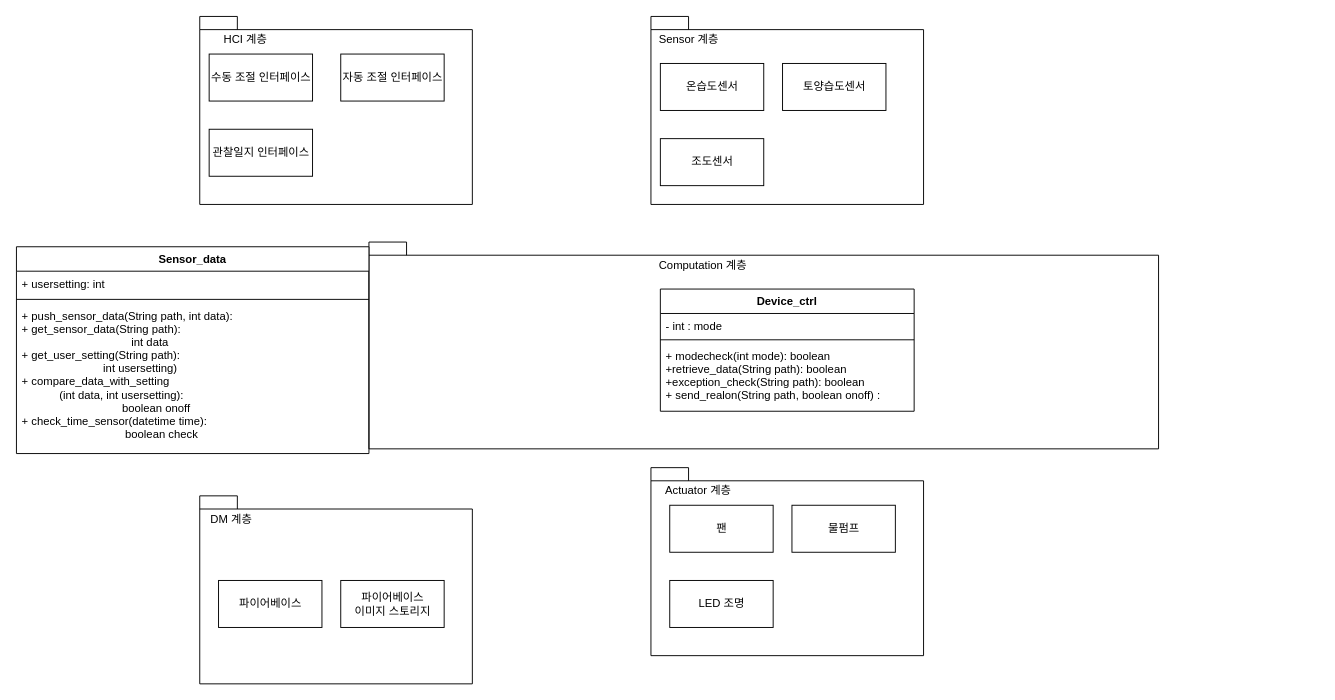
sonmyungwon/Software-Development keeps this draw.io diagram as 구조설계/계층아키텍처.drawio. Above is the earlier version. Source tidied: cells renumbered, new cells numbered last; positions are measured from the earlier drawing's top-left corner, leaving out a move shared by most shapes. Both pictures are drawn from the tidied source at 94%, with x=0, y=0 at pixel (16, 16).
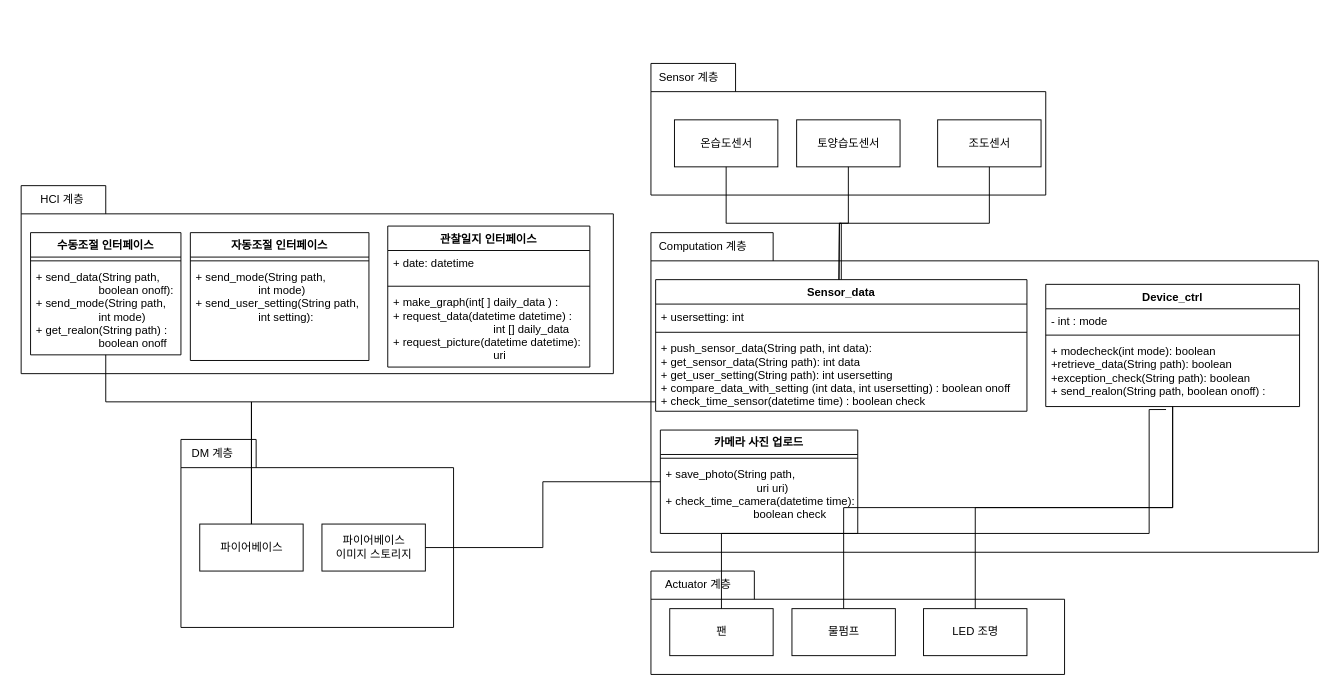
The same page after the edit.

Commit message (it also covers changes not shown here):
계층아키텍처.drawio 업데이트

The change refers to these unchanged cells:
```xml
<mxCell id="26" value="+ modecheck(int mode): boolean&#10;+retrieve_data(String path): boolean&#10;+exception_check(String path): boolean&#10;+ send_realon(String path, boolean onoff) :" style="text;strokeColor=none;fillColor=none;align=left;verticalAlign=top;spacingLeft=4;spacingRight=4;overflow=hidden;points=[[0,0.5],[1,0.5]];portConstraint=eastwest;" parent="23" vertex="1">
  <mxGeometry y="58" width="270" height="72" as="geometry" />
</mxCell>
```

The edit, as a diff of the source:
```diff
@@
+    <mxCell id="31" style="group;" parent="1" vertex="1">
+      <mxGeometry x="5" y="180" width="630" height="200" as="geometry" />
+    </mxCell>
-    <mxCell id="2" style="shape=folder;fontStyle=1;spacingTop=10;tabWidth=40;tabHeight=14;tabPosition=left;html=1;" parent="1" vertex="1">
-      <mxGeometry x="195" width="290" height="200" as="geometry" />
+    <mxCell id="2" style="shape=folder;fontStyle=1;spacingTop=10;tabWidth=90;tabHeight=30;tabPosition=left;html=1;" parent="31" vertex="1">
+      <mxGeometry width="630" height="200" as="geometry" />
     </mxCell>
-    <mxCell id="3" style="shape=folder;fontStyle=1;spacingTop=10;tabWidth=40;tabHeight=14;tabPosition=left;html=1;" parent="1" vertex="1">
-      <mxGeometry x="675" y="480" width="290" height="200" as="geometry" />
-    </mxCell>
+    <mxCell id="19" value="HCI 계층&amp;nbsp;" style="text;html=1;align=center;verticalAlign=middle;strokeColor=none;fillColor=none;" parent="31" vertex="1">
+      <mxGeometry x="10" width="70" height="30" as="geometry" />
+    </mxCell>
+    <mxCell id="32" value="수동조절 인터페이스" style="swimlane;fontStyle=1;align=center;verticalAlign=top;horizontal=1;startSize=26;" parent="31" vertex="1">
+      <mxGeometry x="10" y="50" width="160" height="130" as="geometry" />
+    </mxCell>
+    <mxCell id="33" style="line;strokeWidth=1;fillColor=none;align=left;verticalAlign=middle;spacingTop=-1;spacingLeft=3;spacingRight=3;labelPosition=right;strokeColor=inherit;" parent="32" vertex="1">
+      <mxGeometry y="26" width="160" height="8" as="geometry" />
+    </mxCell>
+    <mxCell id="34" value="+ send_data(String path, &#10;                    boolean onoff):&#10;+ send_mode(String path,&#10;                    int mode)&#10;+ get_realon(String path) :&#10;                    boolean onoff" style="text;strokeColor=none;fillColor=none;align=left;verticalAlign=top;spacingLeft=4;spacingRight=4;overflow=hidden;points=[[0,0.5],[1,0.5]];portConstraint=eastwest;" parent="32" vertex="1">
+      <mxGeometry y="34" width="160" height="96" as="geometry" />
+    </mxCell>
+    <mxCell id="35" value="자동조절 인터페이스" style="swimlane;fontStyle=1;align=center;verticalAlign=top;horizontal=1;startSize=26;" parent="31" vertex="1">
+      <mxGeometry x="180" y="50" width="190" height="136" as="geometry" />
+    </mxCell>
+    <mxCell id="36" style="line;strokeWidth=1;fillColor=none;align=left;verticalAlign=middle;spacingTop=-1;spacingLeft=3;spacingRight=3;labelPosition=right;strokeColor=inherit;" parent="35" vertex="1">
+      <mxGeometry y="26" width="190" height="8" as="geometry" />
+    </mxCell>
+    <mxCell id="37" value="+ send_mode(String path,&#10;                    int mode)&#10;+ send_user_setting(String path,&#10;                    int setting):" style="text;strokeColor=none;fillColor=none;align=left;verticalAlign=top;spacingLeft=4;spacingRight=4;overflow=hidden;" parent="35" vertex="1">
+      <mxGeometry y="34" width="190" height="102" as="geometry" />
+    </mxCell>
+    <mxCell id="16" value="관찰일지 인터페이스" style="swimlane;fontStyle=1;align=center;verticalAlign=top;horizontal=1;startSize=26;" parent="31" vertex="1">
+      <mxGeometry x="390" y="43" width="215" height="150" as="geometry" />
+    </mxCell>
+    <mxCell id="38" value="+ date: datetime&#10;" style="text;strokeColor=none;fillColor=none;align=left;verticalAlign=top;spacingLeft=4;spacingRight=4;overflow=hidden;" parent="16" vertex="1">
+      <mxGeometry y="26" width="215" height="34" as="geometry" />
+    </mxCell>
+    <mxCell id="39" style="line;strokeWidth=1;fillColor=none;align=left;verticalAlign=middle;spacingTop=-1;spacingLeft=3;spacingRight=3;labelPosition=right;strokeColor=inherit;" parent="16" vertex="1">
+      <mxGeometry y="60" width="215" height="8" as="geometry" />
+    </mxCell>
+    <mxCell id="40" value="+ make_graph(int[ ] daily_data ) :&#10;+ request_data(datetime datetime) : &#10;                                int [] daily_data&#10;+ request_picture(datetime datetime):&#10;                                uri" style="text;strokeColor=none;fillColor=none;align=left;verticalAlign=top;spacingLeft=4;spacingRight=4;overflow=hidden;" parent="16" vertex="1">
+      <mxGeometry y="68" width="215" height="82" as="geometry" />
+    </mxCell>
+    <mxCell id="41" style="group;" parent="1" vertex="1">
+      <mxGeometry x="175" y="450" width="290" height="200" as="geometry" />
+    </mxCell>
+    <mxCell id="6" style="shape=folder;fontStyle=1;spacingTop=10;tabWidth=80;tabHeight=30;tabPosition=left;html=1;" parent="41" vertex="1">
+      <mxGeometry width="290" height="200" as="geometry" />
+    </mxCell>
+    <mxCell id="20" value="DM 계층&amp;nbsp;" style="text;html=1;align=center;verticalAlign=middle;strokeColor=none;fillColor=none;" parent="41" vertex="1">
+      <mxGeometry width="70" height="30" as="geometry" />
+    </mxCell>
+    <mxCell id="21" value="파이어베이스" style="html=1;" parent="41" vertex="1">
+      <mxGeometry x="20" y="90" width="110" height="50" as="geometry" />
+    </mxCell>
+    <mxCell id="22" value="파이어베이스 &lt;br&gt;이미지 스토리지" style="html=1;" parent="41" vertex="1">
+      <mxGeometry x="150" y="90" width="110" height="50" as="geometry" />
+    </mxCell>
+    <mxCell id="42" style="group;" parent="1" vertex="1">
+      <mxGeometry x="665" y="50" width="430" height="140" as="geometry" />
+    </mxCell>
-    <mxCell id="4" style="shape=folder;fontStyle=1;spacingTop=10;tabWidth=40;tabHeight=14;tabPosition=left;html=1;" parent="1" vertex="1">
-      <mxGeometry x="675" width="290" height="200" as="geometry" />
+    <mxCell id="4" style="shape=folder;fontStyle=1;spacingTop=10;tabWidth=90;tabHeight=30;tabPosition=left;html=1;" parent="42" vertex="1">
+      <mxGeometry x="10" width="420" height="140" as="geometry" />
     </mxCell>
-    <mxCell id="5" style="shape=folder;fontStyle=1;spacingTop=10;tabWidth=40;tabHeight=14;tabPosition=left;html=1;" parent="1" vertex="1">
-      <mxGeometry x="375" y="240" width="840" height="220" as="geometry" />
-    </mxCell>
-    <mxCell id="6" style="shape=folder;fontStyle=1;spacingTop=10;tabWidth=40;tabHeight=14;tabPosition=left;html=1;" parent="1" vertex="1">
-      <mxGeometry x="195" y="510" width="290" height="200" as="geometry" />
-    </mxCell>
-    <mxCell id="7" value="온습도센서" style="html=1;" parent="1" vertex="1">
-      <mxGeometry x="685" y="50" width="110" height="50" as="geometry" />
+    <mxCell id="7" value="온습도센서" style="html=1;" parent="42" vertex="1">
+      <mxGeometry x="35" y="60" width="110" height="50" as="geometry" />
     </mxCell>
-    <mxCell id="8" value="&amp;nbsp;Sensor 계층&amp;nbsp;" style="text;html=1;align=center;verticalAlign=middle;strokeColor=none;fillColor=none;" parent="1" vertex="1">
-      <mxGeometry x="665" y="10" width="100" height="30" as="geometry" />
+    <mxCell id="8" value="&amp;nbsp;Sensor 계층&amp;nbsp;" style="text;html=1;align=center;verticalAlign=middle;strokeColor=none;fillColor=none;" parent="42" vertex="1">
+      <mxGeometry width="100" height="30" as="geometry" />
     </mxCell>
-    <mxCell id="9" value="토양습도센서" style="html=1;" parent="1" vertex="1">
-      <mxGeometry x="815" y="50" width="110" height="50" as="geometry" />
+    <mxCell id="9" value="토양습도센서" style="html=1;" parent="42" vertex="1">
+      <mxGeometry x="165" y="60" width="110" height="50" as="geometry" />
     </mxCell>
-    <mxCell id="10" value="조도센서" style="html=1;" parent="1" vertex="1">
-      <mxGeometry x="685" y="130" width="110" height="50" as="geometry" />
+    <mxCell id="10" value="조도센서" style="html=1;" parent="42" vertex="1">
+      <mxGeometry x="315" y="60" width="110" height="50" as="geometry" />
     </mxCell>
+    <mxCell id="43" style="group;" parent="1" vertex="1">
+      <mxGeometry x="675" y="590" width="440" height="110" as="geometry" />
+    </mxCell>
+    <mxCell id="3" style="shape=folder;fontStyle=1;spacingTop=10;tabWidth=110;tabHeight=30;tabPosition=left;html=1;" parent="43" vertex="1">
+      <mxGeometry width="440" height="110" as="geometry" />
+    </mxCell>
-    <mxCell id="11" value="팬" style="html=1;" parent="1" vertex="1">
-      <mxGeometry x="695" y="520" width="110" height="50" as="geometry" />
+    <mxCell id="11" value="팬" style="html=1;" parent="43" vertex="1">
+      <mxGeometry x="20" y="40" width="110" height="50" as="geometry" />
     </mxCell>
-    <mxCell id="12" value="물펌프" style="html=1;" parent="1" vertex="1">
-      <mxGeometry x="825" y="520" width="110" height="50" as="geometry" />
+    <mxCell id="12" value="물펌프" style="html=1;" parent="43" vertex="1">
+      <mxGeometry x="150" y="40" width="110" height="50" as="geometry" />
     </mxCell>
-    <mxCell id="13" value="LED 조명" style="html=1;" parent="1" vertex="1">
-      <mxGeometry x="695" y="600" width="110" height="50" as="geometry" />
+    <mxCell id="13" value="LED 조명" style="html=1;" parent="43" vertex="1">
+      <mxGeometry x="290" y="40" width="110" height="50" as="geometry" />
     </mxCell>
-    <mxCell id="14" value="수동 조절 인터페이스" style="html=1;" parent="1" vertex="1">
-      <mxGeometry x="205" y="40" width="110" height="50" as="geometry" />
-    </mxCell>
-    <mxCell id="15" value="자동 조절 인터페이스" style="html=1;" parent="1" vertex="1">
-      <mxGeometry x="345" y="40" width="110" height="50" as="geometry" />
-    </mxCell>
-    <mxCell id="16" value="관찰일지 인터페이스" style="html=1;" parent="1" vertex="1">
-      <mxGeometry x="205" y="120" width="110" height="50" as="geometry" />
-    </mxCell>
-    <mxCell id="17" value="&amp;nbsp;Computation&amp;nbsp;&lt;span style=&quot;color: rgba(0, 0, 0, 0); font-family: monospace; font-size: 0px; text-align: start;&quot;&gt;CmxGraphModel%3E%3Croot%3E%3CmxCell%20id%3D%220%22%2F%3E%3CmxCell%20id%3D%221%22%20parent%3D%220%22%2F%3E%3CmxCell%20id%3D%222%22%20value%3D%22%26amp%3Bnbsp%3B%EC%84%BC%EC%84%9C%20%EA%B3%84%EC%B8%B5%26amp%3Bnbsp%3B%22%20style%3D%22text%3Bhtml%3D1%3Balign%3Dcenter%3BverticalAlign%3Dmiddle%3Bresizable%3D0%3Bpoints%3D%5B%5D%3Bautosize%3D1%3BstrokeColor%3Dnone%3BfillColor%3Dnone%3B%22%20vertex%3D%221%22%20parent%3D%221%22%3E%3CmxGeometry%20x%3D%22730%22%20y%3D%2260%22%20width%3D%2280%22%20height%3D%2230%22%20as%3D%22geometry%22%2F%3E%3C%2FmxCell%3E%3C%2Froot%3E%3C%2FmxGraphModel%3E&amp;nbsp;&lt;/span&gt;계층&amp;nbsp;" style="text;html=1;align=center;verticalAlign=middle;strokeColor=none;fillColor=none;" parent="1" vertex="1">
-      <mxGeometry x="665" y="250" width="130" height="30" as="geometry" />
-    </mxCell>
-    <mxCell id="18" value="&amp;nbsp;Actuator&amp;nbsp;&lt;span style=&quot;color: rgba(0, 0, 0, 0); font-family: monospace; font-size: 0px; text-align: start;&quot;&gt;3CmxGraphModel%3E%3Croot%3E%3CmxCell%20id%3D%220%22%2F%3E%3CmxCell%20id%3D%221%22%20parent%3D%220%22%2F%3E%3CmxCell%20id%3D%222%22%20value%3D%22%26amp%3Bnbsp%3B%EC%84%BC%EC%84%9C%20%EA%B3%84%EC%B8%B5%26amp%3Bnbsp%3B%22%20style%3D%22text%3Bhtml%3D1%3Balign%3Dcenter%3BverticalAlign%3Dmiddle%3Bresizable%3D0%3Bpoints%3D%5B%5D%3Bautosize%3D1%3BstrokeColor%3Dnone%3BfillColor%3Dnone%3B%22%20vertex%3D%221%22%20parent%3D%221%22%3E%3CmxGeometry%20x%3D%22730%22%20y%3D%2260%22%20width%3D%2280%22%20height%3D%2230%22%20as%3D%22geometry%22%2F%3E%3C%2FmxCell%3E%3C%2Froot%3E%3C%2FmxGraphModel%3E&amp;nbsp;&amp;nbsp;&lt;/span&gt;계층&amp;nbsp;" style="text;html=1;align=center;verticalAlign=middle;strokeColor=none;fillColor=none;" parent="1" vertex="1">
-      <mxGeometry x="675" y="490" width="100" height="30" as="geometry" />
+    <mxCell id="18" value="&amp;nbsp;Actuator&amp;nbsp;&lt;span style=&quot;color: rgba(0, 0, 0, 0); font-family: monospace; font-size: 0px; text-align: start;&quot;&gt;3CmxGraphModel%3E%3Croot%3E%3CmxCell%20id%3D%220%22%2F%3E%3CmxCell%20id%3D%221%22%20parent%3D%220%22%2F%3E%3CmxCell%20id%3D%222%22%20value%3D%22%26amp%3Bnbsp%3B%EC%84%BC%EC%84%9C%20%EA%B3%84%EC%B8%B5%26amp%3Bnbsp%3B%22%20style%3D%22text%3Bhtml%3D1%3Balign%3Dcenter%3BverticalAlign%3Dmiddle%3Bresizable%3D0%3Bpoints%3D%5B%5D%3Bautosize%3D1%3BstrokeColor%3Dnone%3BfillColor%3Dnone%3B%22%20vertex%3D%221%22%20parent%3D%221%22%3E%3CmxGeometry%20x%3D%22730%22%20y%3D%2260%22%20width%3D%2280%22%20height%3D%2230%22%20as%3D%22geometry%22%2F%3E%3C%2FmxCell%3E%3C%2Froot%3E%3C%2FmxGraphModel%3E&amp;nbsp;&amp;nbsp;&lt;/span&gt;계층&amp;nbsp;" style="text;html=1;align=center;verticalAlign=middle;strokeColor=none;fillColor=none;" parent="43" vertex="1">
+      <mxGeometry width="100" height="30" as="geometry" />
     </mxCell>
-    <mxCell id="19" value="HCI 계층&amp;nbsp;" style="text;html=1;align=center;verticalAlign=middle;strokeColor=none;fillColor=none;" parent="1" vertex="1">
-      <mxGeometry x="210" y="10" width="70" height="30" as="geometry" />
-    </mxCell>
-    <mxCell id="20" value="DM 계층&amp;nbsp;" style="text;html=1;align=center;verticalAlign=middle;strokeColor=none;fillColor=none;" parent="1" vertex="1">
-      <mxGeometry x="195" y="520" width="70" height="30" as="geometry" />
-    </mxCell>
-    <mxCell id="21" value="파이어베이스" style="html=1;" parent="1" vertex="1">
-      <mxGeometry x="215" y="600" width="110" height="50" as="geometry" />
-    </mxCell>
-    <mxCell id="22" value="파이어베이스 &lt;br&gt;이미지 스토리지" style="html=1;" parent="1" vertex="1">
-      <mxGeometry x="345" y="600" width="110" height="50" as="geometry" />
-    </mxCell>
+    <mxCell id="44" style="group;" parent="1" vertex="1">
+      <mxGeometry x="665" y="230" width="720" height="340" as="geometry" />
+    </mxCell>
+    <mxCell id="5" style="shape=folder;fontStyle=1;spacingTop=10;tabWidth=130;tabHeight=30;tabPosition=left;html=1;" parent="44" vertex="1">
+      <mxGeometry x="10" width="710" height="340" as="geometry" />
+    </mxCell>
-    <mxCell id="23" value="Device_ctrl" style="swimlane;fontStyle=1;align=center;verticalAlign=top;horizontal=1;startSize=26;" parent="1" vertex="1">
-      <mxGeometry x="685" y="290" width="270" height="130" as="geometry" />
+    <mxCell id="23" value="Device_ctrl" style="swimlane;fontStyle=1;align=center;verticalAlign=top;horizontal=1;startSize=26;" parent="44" vertex="1">
+      <mxGeometry x="430" y="55" width="270" height="130" as="geometry" />
     </mxCell>
@@
-    <mxCell id="27" value="Sensor_data" style="swimlane;fontStyle=1;align=center;verticalAlign=top;horizontal=1;startSize=26;" parent="1" vertex="1">
-      <mxGeometry y="245" width="375" height="220" as="geometry" />
+    <mxCell id="27" value="Sensor_data" style="swimlane;fontStyle=1;align=center;verticalAlign=top;horizontal=1;startSize=26;" parent="44" vertex="1">
+      <mxGeometry x="15" y="50" width="395" height="140" as="geometry" />
     </mxCell>
     <mxCell id="28" value="+ usersetting: int" style="text;strokeColor=none;fillColor=none;align=left;verticalAlign=top;spacingLeft=4;spacingRight=4;overflow=hidden;" parent="27" vertex="1">
-      <mxGeometry y="26" width="375" height="26" as="geometry" />
+      <mxGeometry y="26" width="395" height="26" as="geometry" />
     </mxCell>
     <mxCell id="29" style="line;strokeWidth=1;fillColor=none;align=left;verticalAlign=middle;spacingTop=-1;spacingLeft=3;spacingRight=3;labelPosition=right;strokeColor=inherit;" parent="27" vertex="1">
-      <mxGeometry y="52" width="375" height="8" as="geometry" />
+      <mxGeometry y="52" width="395" height="8" as="geometry" />
     </mxCell>
-    <mxCell id="30" value="+ push_sensor_data(String path, int data):&#10;+ get_sensor_data(String path):&#10;                                   int data&#10;+ get_user_setting(String path):&#10;                          int usersetting)&#10;+ compare_data_with_setting&#10;            (int data, int usersetting):&#10;                                boolean onoff&#10;+ check_time_sensor(datetime time):&#10;                                 boolean check" style="text;strokeColor=none;fillColor=none;align=left;verticalAlign=top;spacingLeft=4;spacingRight=4;overflow=hidden;points=[[0,0.5],[1,0.5]];portConstraint=eastwest;" parent="27" vertex="1">
-      <mxGeometry y="60" width="375" height="160" as="geometry" />
+    <mxCell id="30" value="+ push_sensor_data(String path, int data):&#10;+ get_sensor_data(String path): int data&#10;+ get_user_setting(String path): int usersetting&#10;+ compare_data_with_setting (int data, int usersetting) : boolean onoff&#10;+ check_time_sensor(datetime time) : boolean check" style="text;strokeColor=none;fillColor=none;align=left;verticalAlign=top;spacingLeft=4;spacingRight=4;overflow=hidden;points=[[0,0.5],[1,0.5]];portConstraint=eastwest;" parent="27" vertex="1">
+      <mxGeometry y="60" width="395" height="80" as="geometry" />
     </mxCell>
+    <mxCell id="45" value="카메라 사진 업로드" style="swimlane;fontStyle=1;align=center;verticalAlign=top;horizontal=1;startSize=26;" parent="44" vertex="1">
+      <mxGeometry x="20" y="210" width="210" height="110" as="geometry" />
+    </mxCell>
+    <mxCell id="46" style="line;strokeWidth=1;fillColor=none;align=left;verticalAlign=middle;spacingTop=-1;spacingLeft=3;spacingRight=3;labelPosition=right;strokeColor=inherit;" parent="45" vertex="1">
+      <mxGeometry y="26" width="210" height="8" as="geometry" />
+    </mxCell>
+    <mxCell id="47" value="+ save_photo(String path,&#10;                             uri uri)&#10;+ check_time_camera(datetime time):&#10;                            boolean check" style="text;strokeColor=none;fillColor=none;align=left;verticalAlign=top;spacingLeft=4;spacingRight=4;overflow=hidden;" parent="45" vertex="1">
+      <mxGeometry y="34" width="210" height="76" as="geometry" />
+    </mxCell>
+    <mxCell id="17" value="&amp;nbsp;Computation&amp;nbsp;&lt;span style=&quot;color: rgba(0, 0, 0, 0); font-family: monospace; font-size: 0px; text-align: start;&quot;&gt;CmxGraphModel%3E%3Croot%3E%3CmxCell%20id%3D%220%22%2F%3E%3CmxCell%20id%3D%221%22%20parent%3D%220%22%2F%3E%3CmxCell%20id%3D%222%22%20value%3D%22%26amp%3Bnbsp%3B%EC%84%BC%EC%84%9C%20%EA%B3%84%EC%B8%B5%26amp%3Bnbsp%3B%22%20style%3D%22text%3Bhtml%3D1%3Balign%3Dcenter%3BverticalAlign%3Dmiddle%3Bresizable%3D0%3Bpoints%3D%5B%5D%3Bautosize%3D1%3BstrokeColor%3Dnone%3BfillColor%3Dnone%3B%22%20vertex%3D%221%22%20parent%3D%221%22%3E%3CmxGeometry%20x%3D%22730%22%20y%3D%2260%22%20width%3D%2280%22%20height%3D%2230%22%20as%3D%22geometry%22%2F%3E%3C%2FmxCell%3E%3C%2Froot%3E%3C%2FmxGraphModel%3E&amp;nbsp;&lt;/span&gt;계층&amp;nbsp;" style="text;html=1;align=center;verticalAlign=middle;strokeColor=none;fillColor=none;" parent="44" vertex="1">
+      <mxGeometry width="130" height="30" as="geometry" />
+    </mxCell>
+    <mxCell id="48" style="edgeStyle=orthogonalEdgeStyle;rounded=0;jettySize=auto;html=1;exitX=0.5;exitY=1;exitDx=0;exitDy=0;entryX=0.5;entryY=0;entryDx=0;entryDy=0;endArrow=none;endFill=0;" parent="1" edge="1" source="7" target="27">
+      <mxGeometry relative="1" as="geometry" />
+    </mxCell>
+    <mxCell id="49" style="edgeStyle=orthogonalEdgeStyle;rounded=0;jettySize=auto;html=1;exitX=0.5;exitY=1;exitDx=0;exitDy=0;endArrow=none;endFill=0;" parent="1" edge="1" source="9">
+      <mxGeometry relative="1" as="geometry">
+        <mxPoint x="875" y="280" as="targetPoint" />
+      </mxGeometry>
+    </mxCell>
+    <mxCell id="50" style="edgeStyle=orthogonalEdgeStyle;rounded=0;jettySize=auto;html=1;exitX=0.5;exitY=1;exitDx=0;exitDy=0;endArrow=none;endFill=0;" parent="1" edge="1" source="10">
+      <mxGeometry relative="1" as="geometry">
+        <mxPoint x="875" y="280" as="targetPoint" />
+      </mxGeometry>
+    </mxCell>
+    <mxCell id="51" style="edgeStyle=orthogonalEdgeStyle;rounded=0;jettySize=auto;html=1;exitX=0.5;exitY=0;exitDx=0;exitDy=0;entryX=0.474;entryY=1.044;entryDx=0;entryDy=0;entryPerimeter=0;endArrow=none;endFill=0;" parent="1" edge="1" source="11" target="26">
+      <mxGeometry relative="1" as="geometry">
+        <Array as="points">
+          <mxPoint x="750" y="550" />
+          <mxPoint x="1205" y="550" />
+          <mxPoint x="1205" y="418" />
+        </Array>
+      </mxGeometry>
+    </mxCell>
+    <mxCell id="52" style="edgeStyle=orthogonalEdgeStyle;rounded=0;jettySize=auto;html=1;exitX=0.5;exitY=0;exitDx=0;exitDy=0;endArrow=none;endFill=0;" parent="1" edge="1" source="12" target="23">
+      <mxGeometry relative="1" as="geometry" />
+    </mxCell>
+    <mxCell id="53" style="edgeStyle=orthogonalEdgeStyle;rounded=0;jettySize=auto;html=1;exitX=0.5;exitY=0;exitDx=0;exitDy=0;endArrow=none;endFill=0;" parent="1" edge="1" source="13" target="23">
+      <mxGeometry relative="1" as="geometry" />
+    </mxCell>
+    <mxCell id="54" style="edgeStyle=orthogonalEdgeStyle;rounded=0;jettySize=auto;html=1;entryX=1;entryY=0.5;entryDx=0;entryDy=0;endArrow=none;endFill=0;" parent="1" edge="1" source="45" target="22">
+      <mxGeometry relative="1" as="geometry" />
+    </mxCell>
+    <mxCell id="55" style="edgeStyle=orthogonalEdgeStyle;rounded=0;jettySize=auto;html=1;entryX=0.5;entryY=0;entryDx=0;entryDy=0;endArrow=none;endFill=0;" parent="1" edge="1" source="30" target="21">
+      <mxGeometry relative="1" as="geometry">
+        <Array as="points">
+          <mxPoint x="250" y="410" />
+        </Array>
+      </mxGeometry>
+    </mxCell>
+    <mxCell id="56" style="edgeStyle=orthogonalEdgeStyle;rounded=0;jettySize=auto;html=1;entryX=0.5;entryY=0;entryDx=0;entryDy=0;endArrow=none;endFill=0;" parent="1" edge="1" source="34" target="21">
+      <mxGeometry relative="1" as="geometry">
+        <Array as="points">
+          <mxPoint x="95" y="410" />
+          <mxPoint x="250" y="410" />
+        </Array>
+      </mxGeometry>
+    </mxCell>
```
